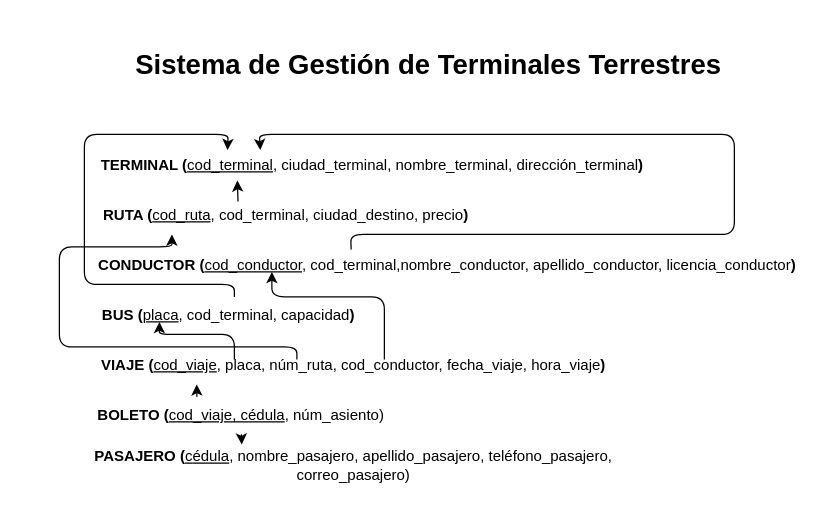
Almejandro04/TerminalBusesFX keeps this draw.io diagram as Documentos/grafo.drawio. Above is the earlier version. Source tidied: cells renumbered, new cells numbered last; positions are measured from the earlier drawing's top-left corner, leaving out a move shared by most shapes. Both pictures are drawn from the tidied source at 125%, with x=0, y=0 at pixel (21, 21).
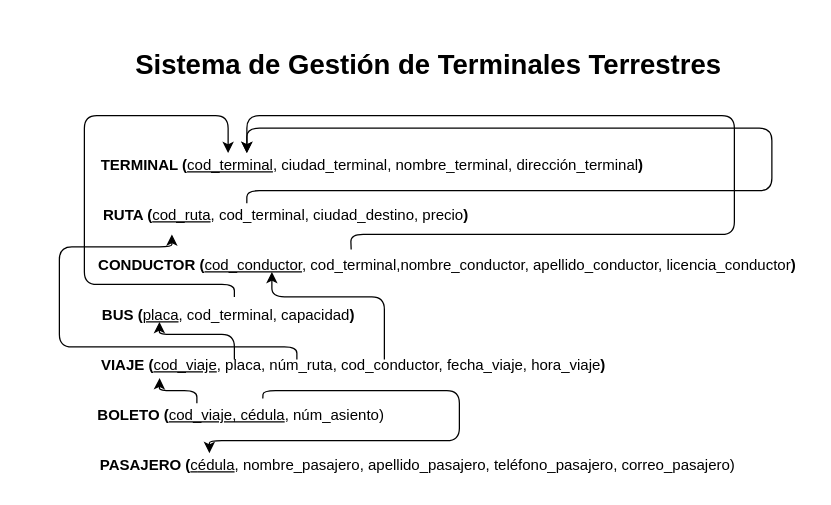
The same diagram, later.

Commit message (it also covers changes not shown here):
Refactor diagram layout and improve formatting in grafo.drawio

The change refers to these unchanged cells:
```xml
<mxCell id="2" value="&lt;b&gt;TERMINAL (&lt;/b&gt;&lt;u&gt;cod_terminal&lt;/u&gt;, ciudad_terminal, nombre_terminal, dirección_terminal&lt;b&gt;)&lt;/b&gt;" style="text;html=1;align=center;verticalAlign=middle;points=[];strokeColor=none;fillColor=none;" parent="1" vertex="1">
  <mxGeometry x="50" y="100" width="460" height="30" as="geometry" />
</mxCell>
<mxCell id="6" value="&lt;b&gt;VIAJE (&lt;/b&gt;&lt;u&gt;cod_viaje&lt;/u&gt;, placa, núm_ruta, cod_conductor, fecha_viaje, hora_viaje&lt;b&gt;)&lt;/b&gt;" style="text;html=1;align=center;verticalAlign=middle;points=[];strokeColor=none;fillColor=none;" parent="1" vertex="1">
  <mxGeometry x="50" y="260" width="430" height="30" as="geometry" />
</mxCell>
<mxCell id="8" value="&lt;b&gt;CONDUCTOR (&lt;/b&gt;&lt;u&gt;cod_conductor&lt;/u&gt;, cod_terminal,nombre_conductor, apellido&lt;span style=&quot;color: rgb(0, 0, 0);&quot;&gt;_conductor&lt;/span&gt;, licencia_conductor&lt;b&gt;)&lt;/b&gt;" style="text;html=1;align=center;verticalAlign=middle;points=[];strokeColor=none;fillColor=none;" parent="1" vertex="1">
  <mxGeometry x="50" y="180" width="580" height="30" as="geometry" />
</mxCell>
<mxCell id="11" value="&lt;b&gt;BOLETO (&lt;/b&gt;&lt;u style=&quot;&quot;&gt;cod_viaje, cédula&lt;/u&gt;, núm_asiento&lt;span style=&quot;color: rgb(0, 0, 0); text-wrap-mode: wrap;&quot;&gt;)&lt;/span&gt;" style="text;html=1;align=center;verticalAlign=middle;points=[];strokeColor=none;fillColor=none;" parent="1" vertex="1">
  <mxGeometry x="50" y="300" width="250" height="30" as="geometry" />
</mxCell>
<mxCell id="13" value="&lt;b&gt;RUTA (&lt;/b&gt;&lt;u&gt;cod_ruta&lt;/u&gt;, cod_terminal, ciudad_destino, precio&lt;b&gt;)&lt;/b&gt;" style="text;html=1;align=center;verticalAlign=middle;points=[];strokeColor=none;fillColor=none;" parent="1" vertex="1">
  <mxGeometry x="51" y="140" width="320" height="30" as="geometry" />
</mxCell>
```

The edit, as a diff of the source:
```diff
@@
-    <mxCell id="7" style="edgeStyle=none;html=1;exitX=0.368;exitY=0.07;exitDx=0;exitDy=0;exitPerimeter=0;entryX=0.306;entryY=0.086;entryDx=0;entryDy=0;entryPerimeter=0;" parent="1" edge="1" source="8" target="2">
+    <mxCell id="7" style="edgeStyle=none;html=1;exitX=0.368;exitY=0.07;exitDx=0;exitDy=0;exitPerimeter=0;" parent="1" edge="1" source="8">
       <mxGeometry relative="1" as="geometry">
+        <mxPoint x="180" y="105" as="targetPoint" />
         <Array as="points">
           <mxPoint x="263" y="170" />
           <mxPoint x="340" y="170" />
           <mxPoint x="410" y="170" />
           <mxPoint x="490" y="170" />
           <mxPoint x="570" y="170" />
-          <mxPoint x="570" y="90" />
-          <mxPoint x="410" y="90" />
-          <mxPoint x="190" y="90" />
+          <mxPoint x="570" y="75" />
+          <mxPoint x="410" y="75" />
+          <mxPoint x="180" y="75" />
         </Array>
       </mxGeometry>
     </mxCell>
@@
-    <mxCell id="9" value="&lt;b&gt;PASAJERO (&lt;/b&gt;&lt;u&gt;c&lt;/u&gt;&lt;u&gt;édula&lt;/u&gt;, nombre_pasajero, apellido&lt;span style=&quot;color: rgb(0, 0, 0);&quot;&gt;_pasajero,&amp;nbsp;&lt;/span&gt;&lt;span style=&quot;color: rgb(0, 0, 0); text-wrap-mode: wrap;&quot;&gt;teléfono_pasajero, correo&lt;/span&gt;&lt;span style=&quot;color: rgb(0, 0, 0); text-wrap-mode: wrap;&quot;&gt;_pasajero)&lt;/span&gt;" style="text;html=1;align=center;verticalAlign=middle;points=[];strokeColor=none;fillColor=none;" parent="1" vertex="1">
-      <mxGeometry y="340" width="530" height="30" as="geometry" />
+    <mxCell id="9" value="&lt;b&gt;PASAJERO (&lt;/b&gt;&lt;u&gt;c&lt;/u&gt;&lt;u&gt;édula&lt;/u&gt;, nombre_pasajero, apellido&lt;span style=&quot;color: rgb(0, 0, 0);&quot;&gt;_pasajero,&amp;nbsp;&lt;/span&gt;&lt;span style=&quot;color: rgb(0, 0, 0); text-wrap-mode: wrap;&quot;&gt;teléfono_pasajero,&amp;nbsp;&lt;/span&gt;" style="text;html=1;align=center;verticalAlign=middle;points=[];strokeColor=none;fillColor=none;" parent="1" vertex="1">
+      <mxGeometry x="51" y="340" width="440" height="30" as="geometry" />
     </mxCell>
@@
-    <mxCell id="14" style="edgeStyle=none;html=1;entryX=0.332;entryY=-0.06;entryDx=0;entryDy=0;entryPerimeter=0;" parent="1" edge="1" source="11" target="9">
-      <mxGeometry relative="1" as="geometry" />
-    </mxCell>
-    <mxCell id="15" style="edgeStyle=none;html=1;entryX=0.209;entryY=1;entryDx=0;entryDy=0;entryPerimeter=0;" parent="1" edge="1" target="6">
+    <mxCell id="15" style="edgeStyle=none;html=1;entryX=0.14;entryY=0.833;entryDx=0;entryDy=0;entryPerimeter=0;" parent="1" edge="1" target="6">
       <mxGeometry relative="1" as="geometry">
-        <mxPoint x="140" y="300" as="sourcePoint" />
+        <mxPoint x="140" y="305" as="sourcePoint" />
+        <Array as="points">
+          <mxPoint x="140" y="295" />
+          <mxPoint x="110" y="295" />
+        </Array>
       </mxGeometry>
     </mxCell>
-    <mxCell id="16" style="edgeStyle=none;html=1;entryX=0.249;entryY=0.086;entryDx=0;entryDy=0;entryPerimeter=0;" parent="1" edge="1" target="2">
+    <mxCell id="16" style="edgeStyle=none;html=1;" parent="1" edge="1">
       <mxGeometry relative="1" as="geometry">
         <mxPoint x="170" y="220" as="sourcePoint" />
+        <mxPoint x="165" y="105" as="targetPoint" />
         <Array as="points">
           <mxPoint x="170" y="210" />
           <mxPoint x="50" y="210" />
-          <mxPoint x="50" y="90" />
-          <mxPoint x="165" y="90" />
+          <mxPoint x="50" y="75" />
+          <mxPoint x="165" y="75" />
         </Array>
       </mxGeometry>
     </mxCell>
-    <mxCell id="17" style="edgeStyle=none;html=1;entryX=0.266;entryY=0.894;entryDx=0;entryDy=0;entryPerimeter=0;exitX=0.381;exitY=0.126;exitDx=0;exitDy=0;exitPerimeter=0;" parent="1" edge="1" source="13" target="2">
-      <mxGeometry relative="1" as="geometry" />
-    </mxCell>
+    <mxCell id="18" style="endArrow=classic;html=1;exitX=0.403;exitY=0.167;exitDx=0;exitDy=0;exitPerimeter=0;" parent="1" edge="1" source="13">
+      <mxGeometry relative="1" as="geometry">
+        <mxPoint x="180" y="105" as="targetPoint" />
+        <Array as="points">
+          <mxPoint x="180" y="135" />
+          <mxPoint x="600" y="135" />
+          <mxPoint x="600" y="85" />
+          <mxPoint x="180" y="85" />
+        </Array>
+      </mxGeometry>
+    </mxCell>
+    <mxCell id="19" value="&lt;span style=&quot;scrollbar-color: rgb(226, 226, 226) rgb(251, 251, 251); text-wrap-mode: wrap; color: rgb(0, 0, 0);&quot;&gt;correo&lt;/span&gt;&lt;span style=&quot;scrollbar-color: rgb(226, 226, 226) rgb(251, 251, 251); text-wrap-mode: wrap; color: rgb(0, 0, 0);&quot;&gt;_pasajero)&lt;/span&gt;" style="text;html=1;align=center;verticalAlign=middle;strokeColor=none;fillColor=none;" parent="1" vertex="1">
+      <mxGeometry x="470" y="340" width="110" height="30" as="geometry" />
+    </mxCell>
+    <mxCell id="14" style="endArrow=classic;html=1;exitX=0.571;exitY=0.043;exitDx=0;exitDy=0;exitPerimeter=0;entryX=0.225;entryY=0.167;entryDx=0;entryDy=0;entryPerimeter=0;" parent="1" edge="1" source="11" target="9">
+      <mxGeometry relative="1" as="geometry">
+        <Array as="points">
+          <mxPoint x="193" y="295" />
+          <mxPoint x="350" y="295" />
+          <mxPoint x="350" y="335" />
+          <mxPoint x="150" y="335" />
+        </Array>
+      </mxGeometry>
+    </mxCell>
```
